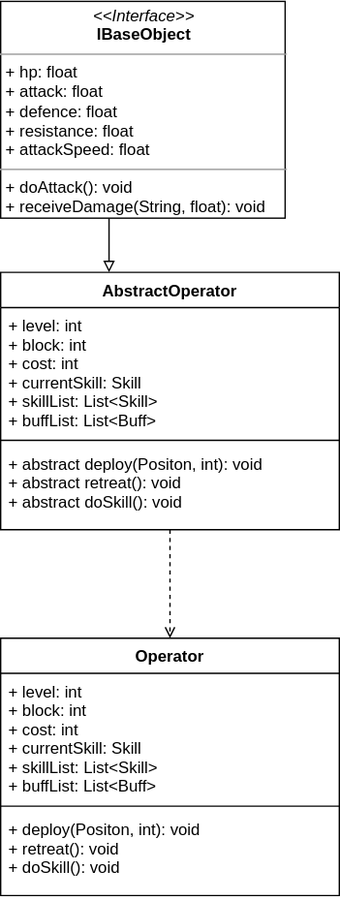
The draw.io diagram docs/uml/Creational.drawio.svg in Jecosine/design-patterns-learning, before a commit. Source tidied: cells renumbered, new cells last; positions are measured from the earlier drawing's top-left corner, leaving out a move shared by most shapes. The source it was exported from:
```xml
<mxGraphModel>
  <root>
    <mxCell id="0" />
    <mxCell id="1" parent="0" />
    <mxCell id="2" style="edgeStyle=orthogonalEdgeStyle;rounded=0;jettySize=auto;html=1;endArrow=open;endFill=0;dashed=1;" parent="1" edge="1" source="3" target="9">
      <mxGeometry relative="1" as="geometry" />
    </mxCell>
    <mxCell id="3" value="AbstractOperator" style="swimlane;fontStyle=1;align=center;verticalAlign=top;horizontal=1;startSize=26;" parent="1" vertex="1">
      <mxGeometry y="200" width="250" height="190" as="geometry" />
    </mxCell>
    <mxCell id="4" value="+ level: int&#10;+ block: int&#10;+ cost: int&#10;+ currentSkill: Skill&#10;+ skillList: List&lt;Skill&gt;&#10;+ buffList: List&lt;Buff&gt;" style="text;strokeColor=none;fillColor=none;align=left;verticalAlign=top;spacingLeft=4;spacingRight=4;overflow=hidden;" parent="3" vertex="1">
      <mxGeometry y="26" width="250" height="94" as="geometry" />
    </mxCell>
    <mxCell id="5" style="line;strokeWidth=1;fillColor=none;align=left;verticalAlign=middle;spacingTop=-1;spacingLeft=3;spacingRight=3;labelPosition=right;" parent="3" vertex="1">
      <mxGeometry y="120" width="250" height="8" as="geometry" />
    </mxCell>
    <mxCell id="6" value="+ abstract deploy(Positon, int): void&#10;+ abstract retreat(): void&#10;+ abstract doSkill(): void" style="text;strokeColor=none;fillColor=none;align=left;verticalAlign=top;spacingLeft=4;spacingRight=4;overflow=hidden;" parent="3" vertex="1">
      <mxGeometry y="128" width="250" height="62" as="geometry" />
    </mxCell>
    <mxCell id="7" style="edgeStyle=orthogonalEdgeStyle;rounded=0;jettySize=auto;html=1;endArrow=block;endFill=0;" parent="1" edge="1" source="8" target="3">
      <mxGeometry relative="1" as="geometry">
        <Array as="points">
          <mxPoint x="80" y="190" />
          <mxPoint x="80" y="190" />
        </Array>
      </mxGeometry>
    </mxCell>
    <mxCell id="8" value="&lt;p style=&quot;margin: 0px ; margin-top: 4px ; text-align: center&quot;&gt;&lt;i&gt;&amp;lt;&amp;lt;Interface&amp;gt;&amp;gt;&lt;/i&gt;&lt;br&gt;&lt;b&gt;IBaseObject&lt;/b&gt;&lt;/p&gt;&lt;hr size=&quot;1&quot;&gt;&lt;p style=&quot;margin: 0px ; margin-left: 4px&quot;&gt;+ hp: float&lt;/p&gt;&lt;p style=&quot;margin: 0px ; margin-left: 4px&quot;&gt;+ attack: float&lt;br&gt;+ defence: float&lt;/p&gt;&lt;p style=&quot;margin: 0px ; margin-left: 4px&quot;&gt;+ resistance: float&lt;/p&gt;&lt;p style=&quot;margin: 0px ; margin-left: 4px&quot;&gt;+ attackSpeed: float&lt;/p&gt;&lt;hr size=&quot;1&quot;&gt;&lt;p style=&quot;margin: 0px ; margin-left: 4px&quot;&gt;+ doAttack(): void&lt;br&gt;+ receiveDamage(String, float): void&lt;/p&gt;" style="verticalAlign=top;align=left;overflow=fill;fontSize=12;fontFamily=Helvetica;html=1;" parent="1" vertex="1">
      <mxGeometry width="210" height="160" as="geometry" />
    </mxCell>
    <mxCell id="9" value="Operator" style="swimlane;fontStyle=1;align=center;verticalAlign=top;horizontal=1;startSize=26;" parent="1" vertex="1">
      <mxGeometry y="470" width="250" height="190" as="geometry" />
    </mxCell>
    <mxCell id="10" value="+ level: int&#10;+ block: int&#10;+ cost: int&#10;+ currentSkill: Skill&#10;+ skillList: List&lt;Skill&gt;&#10;+ buffList: List&lt;Buff&gt;" style="text;strokeColor=none;fillColor=none;align=left;verticalAlign=top;spacingLeft=4;spacingRight=4;overflow=hidden;" parent="9" vertex="1">
      <mxGeometry y="26" width="250" height="94" as="geometry" />
    </mxCell>
    <mxCell id="11" style="line;strokeWidth=1;fillColor=none;align=left;verticalAlign=middle;spacingTop=-1;spacingLeft=3;spacingRight=3;labelPosition=right;" parent="9" vertex="1">
      <mxGeometry y="120" width="250" height="8" as="geometry" />
    </mxCell>
    <mxCell id="12" value="+ deploy(Positon, int): void&#10;+ retreat(): void&#10;+ doSkill(): void" style="text;strokeColor=none;fillColor=none;align=left;verticalAlign=top;spacingLeft=4;spacingRight=4;overflow=hidden;" parent="9" vertex="1">
      <mxGeometry y="128" width="250" height="62" as="geometry" />
    </mxCell>
  </root>
</mxGraphModel>
```
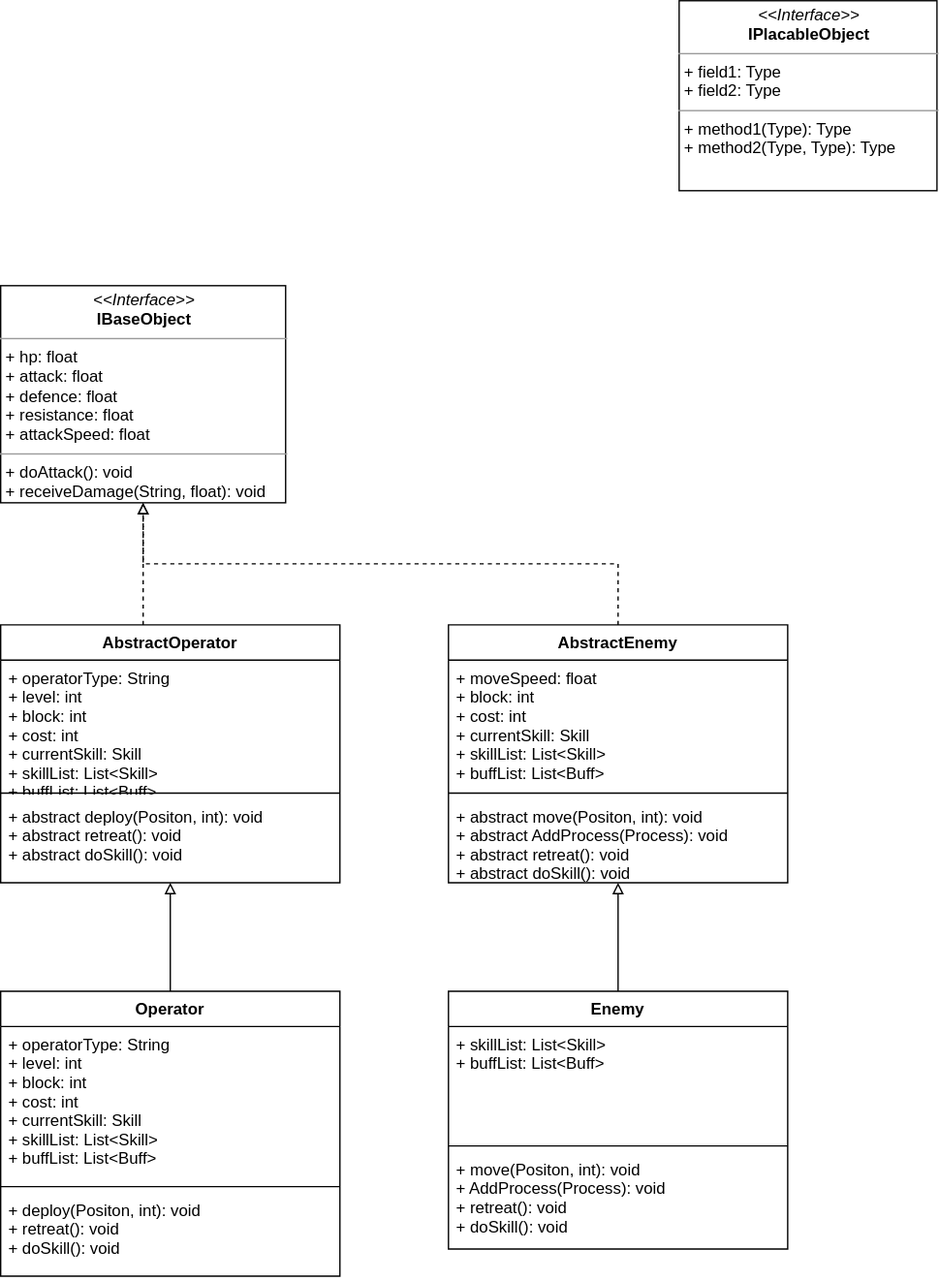
Above is the later version.

Change to the diagram source:
```diff
@@ -2,13 +2,13 @@
   <root>
     <mxCell id="0" />
     <mxCell id="1" parent="0" />
-    <mxCell id="2" style="edgeStyle=orthogonalEdgeStyle;rounded=0;jettySize=auto;html=1;endArrow=open;endFill=0;dashed=1;" parent="1" edge="1" source="3" target="9">
+    <mxCell id="2" style="edgeStyle=orthogonalEdgeStyle;rounded=0;jettySize=auto;html=1;endArrow=block;endFill=0;" parent="1" edge="1" source="9" target="3">
       <mxGeometry relative="1" as="geometry" />
     </mxCell>
     <mxCell id="3" value="AbstractOperator" style="swimlane;fontStyle=1;align=center;verticalAlign=top;horizontal=1;startSize=26;" parent="1" vertex="1">
       <mxGeometry y="200" width="250" height="190" as="geometry" />
     </mxCell>
-    <mxCell id="4" value="+ level: int&#10;+ block: int&#10;+ cost: int&#10;+ currentSkill: Skill&#10;+ skillList: List&lt;Skill&gt;&#10;+ buffList: List&lt;Buff&gt;" style="text;strokeColor=none;fillColor=none;align=left;verticalAlign=top;spacingLeft=4;spacingRight=4;overflow=hidden;" parent="3" vertex="1">
+    <mxCell id="4" value="+ operatorType: String&#10;+ level: int&#10;+ block: int&#10;+ cost: int&#10;+ currentSkill: Skill&#10;+ skillList: List&lt;Skill&gt;&#10;+ buffList: List&lt;Buff&gt;" style="text;strokeColor=none;fillColor=none;align=left;verticalAlign=top;spacingLeft=4;spacingRight=4;overflow=hidden;" parent="3" vertex="1">
       <mxGeometry y="26" width="250" height="94" as="geometry" />
     </mxCell>
     <mxCell id="5" style="line;strokeWidth=1;fillColor=none;align=left;verticalAlign=middle;spacingTop=-1;spacingLeft=3;spacingRight=3;labelPosition=right;" parent="3" vertex="1">
@@ -17,28 +17,56 @@
     <mxCell id="6" value="+ abstract deploy(Positon, int): void&#10;+ abstract retreat(): void&#10;+ abstract doSkill(): void" style="text;strokeColor=none;fillColor=none;align=left;verticalAlign=top;spacingLeft=4;spacingRight=4;overflow=hidden;" parent="3" vertex="1">
       <mxGeometry y="128" width="250" height="62" as="geometry" />
     </mxCell>
-    <mxCell id="7" style="edgeStyle=orthogonalEdgeStyle;rounded=0;jettySize=auto;html=1;endArrow=block;endFill=0;" parent="1" edge="1" source="8" target="3">
-      <mxGeometry relative="1" as="geometry">
-        <Array as="points">
-          <mxPoint x="80" y="190" />
-          <mxPoint x="80" y="190" />
-        </Array>
-      </mxGeometry>
-    </mxCell>
+    <mxCell id="13" style="edgeStyle=orthogonalEdgeStyle;rounded=0;jettySize=auto;html=1;exitX=0.5;exitY=0;exitDx=0;exitDy=0;endArrow=block;endFill=0;entryX=0.5;entryY=1;entryDx=0;entryDy=0;dashed=1;" parent="1" edge="1" source="16" target="8">
+      <mxGeometry relative="1" as="geometry" />
+    </mxCell>
+    <mxCell id="14" style="edgeStyle=orthogonalEdgeStyle;rounded=0;jettySize=auto;html=1;endArrow=block;endFill=0;dashed=1;exitX=0.42;exitY=0;exitDx=0;exitDy=0;exitPerimeter=0;" parent="1" edge="1" source="3" target="8">
+      <mxGeometry relative="1" as="geometry" />
+    </mxCell>
     <mxCell id="8" value="&lt;p style=&quot;margin: 0px ; margin-top: 4px ; text-align: center&quot;&gt;&lt;i&gt;&amp;lt;&amp;lt;Interface&amp;gt;&amp;gt;&lt;/i&gt;&lt;br&gt;&lt;b&gt;IBaseObject&lt;/b&gt;&lt;/p&gt;&lt;hr size=&quot;1&quot;&gt;&lt;p style=&quot;margin: 0px ; margin-left: 4px&quot;&gt;+ hp: float&lt;/p&gt;&lt;p style=&quot;margin: 0px ; margin-left: 4px&quot;&gt;+ attack: float&lt;br&gt;+ defence: float&lt;/p&gt;&lt;p style=&quot;margin: 0px ; margin-left: 4px&quot;&gt;+ resistance: float&lt;/p&gt;&lt;p style=&quot;margin: 0px ; margin-left: 4px&quot;&gt;+ attackSpeed: float&lt;/p&gt;&lt;hr size=&quot;1&quot;&gt;&lt;p style=&quot;margin: 0px ; margin-left: 4px&quot;&gt;+ doAttack(): void&lt;br&gt;+ receiveDamage(String, float): void&lt;/p&gt;" style="verticalAlign=top;align=left;overflow=fill;fontSize=12;fontFamily=Helvetica;html=1;" parent="1" vertex="1">
-      <mxGeometry width="210" height="160" as="geometry" />
+      <mxGeometry y="-50" width="210" height="160" as="geometry" />
     </mxCell>
     <mxCell id="9" value="Operator" style="swimlane;fontStyle=1;align=center;verticalAlign=top;horizontal=1;startSize=26;" parent="1" vertex="1">
-      <mxGeometry y="470" width="250" height="190" as="geometry" />
+      <mxGeometry y="470" width="250" height="210" as="geometry" />
     </mxCell>
-    <mxCell id="10" value="+ level: int&#10;+ block: int&#10;+ cost: int&#10;+ currentSkill: Skill&#10;+ skillList: List&lt;Skill&gt;&#10;+ buffList: List&lt;Buff&gt;" style="text;strokeColor=none;fillColor=none;align=left;verticalAlign=top;spacingLeft=4;spacingRight=4;overflow=hidden;" parent="9" vertex="1">
-      <mxGeometry y="26" width="250" height="94" as="geometry" />
+    <mxCell id="10" value="+ operatorType: String&#10;+ level: int&#10;+ block: int&#10;+ cost: int&#10;+ currentSkill: Skill&#10;+ skillList: List&lt;Skill&gt;&#10;+ buffList: List&lt;Buff&gt;" style="text;strokeColor=none;fillColor=none;align=left;verticalAlign=top;spacingLeft=4;spacingRight=4;overflow=hidden;" parent="9" vertex="1">
+      <mxGeometry y="26" width="250" height="114" as="geometry" />
     </mxCell>
     <mxCell id="11" style="line;strokeWidth=1;fillColor=none;align=left;verticalAlign=middle;spacingTop=-1;spacingLeft=3;spacingRight=3;labelPosition=right;" parent="9" vertex="1">
-      <mxGeometry y="120" width="250" height="8" as="geometry" />
+      <mxGeometry y="140" width="250" height="8" as="geometry" />
     </mxCell>
     <mxCell id="12" value="+ deploy(Positon, int): void&#10;+ retreat(): void&#10;+ doSkill(): void" style="text;strokeColor=none;fillColor=none;align=left;verticalAlign=top;spacingLeft=4;spacingRight=4;overflow=hidden;" parent="9" vertex="1">
-      <mxGeometry y="128" width="250" height="62" as="geometry" />
+      <mxGeometry y="148" width="250" height="62" as="geometry" />
     </mxCell>
+    <mxCell id="15" style="edgeStyle=orthogonalEdgeStyle;rounded=0;jettySize=auto;html=1;endArrow=block;endFill=0;exitX=0.5;exitY=0;exitDx=0;exitDy=0;" parent="1" edge="1" source="20" target="16">
+      <mxGeometry relative="1" as="geometry" />
+    </mxCell>
+    <mxCell id="16" value="AbstractEnemy" style="swimlane;fontStyle=1;align=center;verticalAlign=top;horizontal=1;startSize=26;" parent="1" vertex="1">
+      <mxGeometry x="330" y="200" width="250" height="190" as="geometry" />
+    </mxCell>
+    <mxCell id="17" value="+ moveSpeed: float&#10;+ block: int&#10;+ cost: int&#10;+ currentSkill: Skill&#10;+ skillList: List&lt;Skill&gt;&#10;+ buffList: List&lt;Buff&gt;" style="text;strokeColor=none;fillColor=none;align=left;verticalAlign=top;spacingLeft=4;spacingRight=4;overflow=hidden;" parent="16" vertex="1">
+      <mxGeometry y="26" width="250" height="94" as="geometry" />
+    </mxCell>
+    <mxCell id="18" style="line;strokeWidth=1;fillColor=none;align=left;verticalAlign=middle;spacingTop=-1;spacingLeft=3;spacingRight=3;labelPosition=right;" parent="16" vertex="1">
+      <mxGeometry y="120" width="250" height="8" as="geometry" />
+    </mxCell>
+    <mxCell id="19" value="+ abstract move(Positon, int): void&#10;+ abstract AddProcess(Process): void&#10;+ abstract retreat(): void&#10;+ abstract doSkill(): void" style="text;strokeColor=none;fillColor=none;align=left;verticalAlign=top;spacingLeft=4;spacingRight=4;overflow=hidden;" parent="16" vertex="1">
+      <mxGeometry y="128" width="250" height="62" as="geometry" />
+    </mxCell>
+    <mxCell id="20" value="Enemy" style="swimlane;fontStyle=1;align=center;verticalAlign=top;horizontal=1;startSize=26;" parent="1" vertex="1">
+      <mxGeometry x="330" y="470" width="250" height="190" as="geometry" />
+    </mxCell>
+    <mxCell id="21" value="+ skillList: List&lt;Skill&gt;&#10;+ buffList: List&lt;Buff&gt;" style="text;strokeColor=none;fillColor=none;align=left;verticalAlign=top;spacingLeft=4;spacingRight=4;overflow=hidden;" parent="20" vertex="1">
+      <mxGeometry y="26" width="250" height="84" as="geometry" />
+    </mxCell>
+    <mxCell id="22" style="line;strokeWidth=1;fillColor=none;align=left;verticalAlign=middle;spacingTop=-1;spacingLeft=3;spacingRight=3;labelPosition=right;" parent="20" vertex="1">
+      <mxGeometry y="110" width="250" height="8" as="geometry" />
+    </mxCell>
+    <mxCell id="23" value="+ move(Positon, int): void&#10;+ AddProcess(Process): void&#10;+ retreat(): void&#10;+ doSkill(): void" style="text;strokeColor=none;fillColor=none;align=left;verticalAlign=top;spacingLeft=4;spacingRight=4;overflow=hidden;" parent="20" vertex="1">
+      <mxGeometry y="118" width="250" height="72" as="geometry" />
+    </mxCell>
+    <mxCell id="24" value="&lt;p style=&quot;margin: 0px ; margin-top: 4px ; text-align: center&quot;&gt;&lt;i&gt;&amp;lt;&amp;lt;Interface&amp;gt;&amp;gt;&lt;/i&gt;&lt;br&gt;&lt;b&gt;IPlacableObject&lt;/b&gt;&lt;/p&gt;&lt;hr size=&quot;1&quot;&gt;&lt;p style=&quot;margin: 0px ; margin-left: 4px&quot;&gt;+ field1: Type&lt;br&gt;+ field2: Type&lt;/p&gt;&lt;hr size=&quot;1&quot;&gt;&lt;p style=&quot;margin: 0px ; margin-left: 4px&quot;&gt;+ method1(Type): Type&lt;br&gt;+ method2(Type, Type): Type&lt;/p&gt;" style="verticalAlign=top;align=left;overflow=fill;fontSize=12;fontFamily=Helvetica;html=1;" parent="1" vertex="1">
+      <mxGeometry x="500" y="-260" width="190" height="140" as="geometry" />
+    </mxCell>
   </root>
 </mxGraphModel>
```
